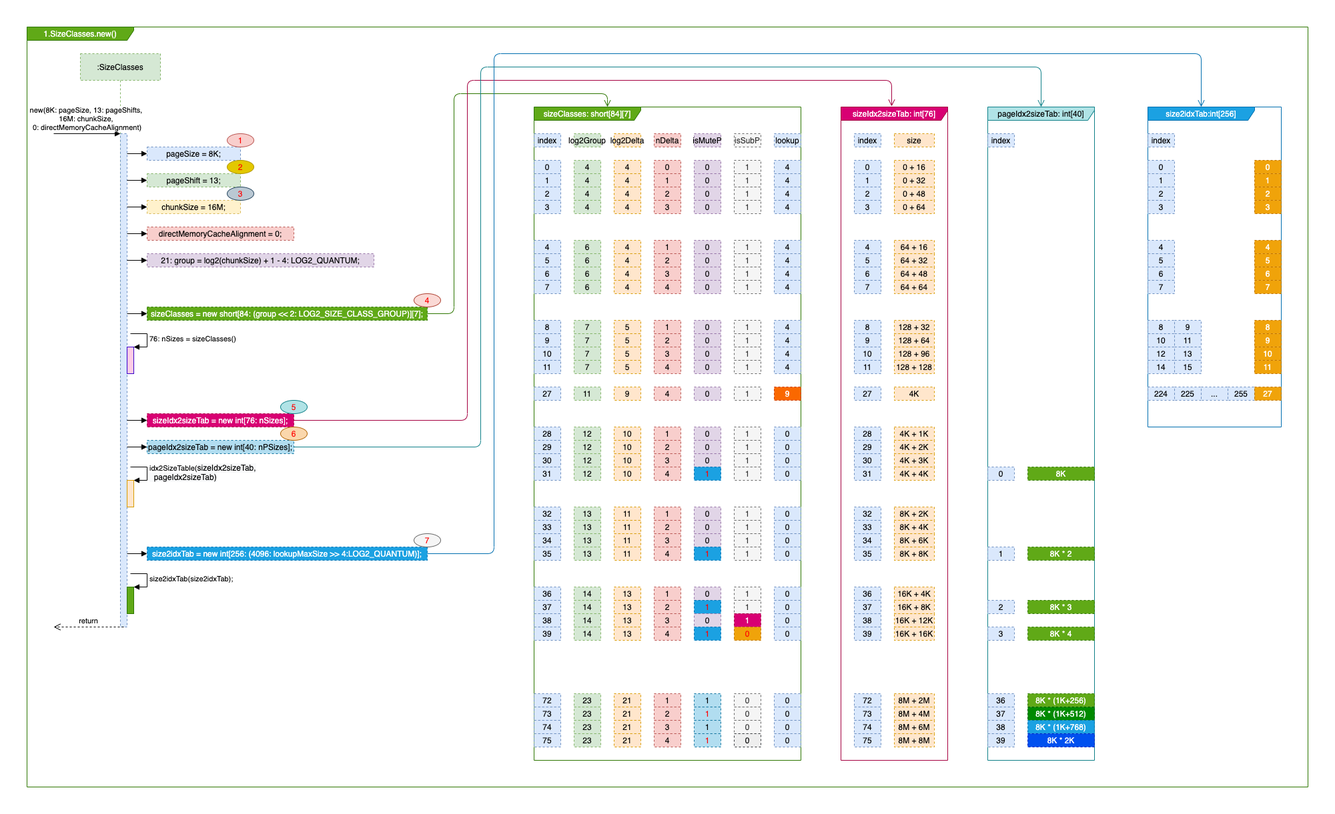
MingDu/Netty-SourceCode-Interpretation keeps this draw.io diagram as netty_4.1.63/images/3.PooledByteBufAllocator/2.DataStructure-1.SizeClasses.png. Above is the earlier version. Source tidied: cells renumbered, new cells last; positions are measured from the earlier drawing's top-left corner, leaving out a move shared by most shapes.
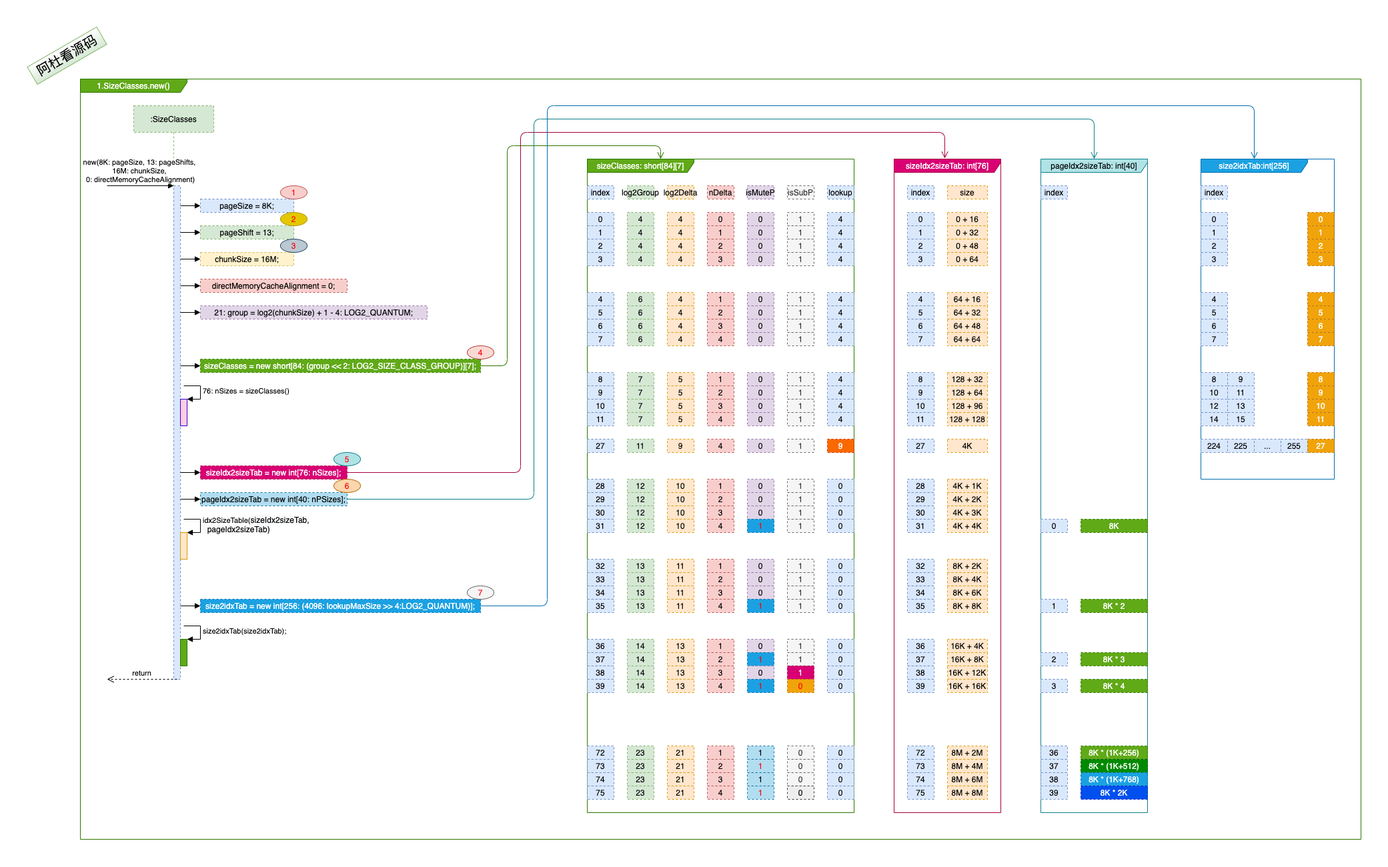
After the change.

Commit message:
1. 增加"阿杜看源码"logo.

What changed in the source:
```diff
@@ -1179,5 +1179,8 @@
     <mxCell id="373" value="&lt;font color=&quot;#ff0000&quot;&gt;7&lt;/font&gt;" style="ellipse;whiteSpace=wrap;html=1;perimeterSpacing=1;fillColor=#f5f5f5;strokeColor=#666666;fontColor=#333333;" parent="1" vertex="1">
       <mxGeometry x="580" y="760" width="40" height="20" as="geometry" />
     </mxCell>
+    <mxCell id="374" value="阿杜看源码" style="rounded=0;whiteSpace=wrap;html=1;fontSize=20;fillColor=#d5e8d4;strokeColor=#82b366;gradientColor=#ffffff;direction=west;rotation=330;" parent="1" vertex="1">
+      <mxGeometry x="-80" y="-50" width="120" height="30" as="geometry" />
+    </mxCell>
   </root>
 </mxGraphModel>
```
